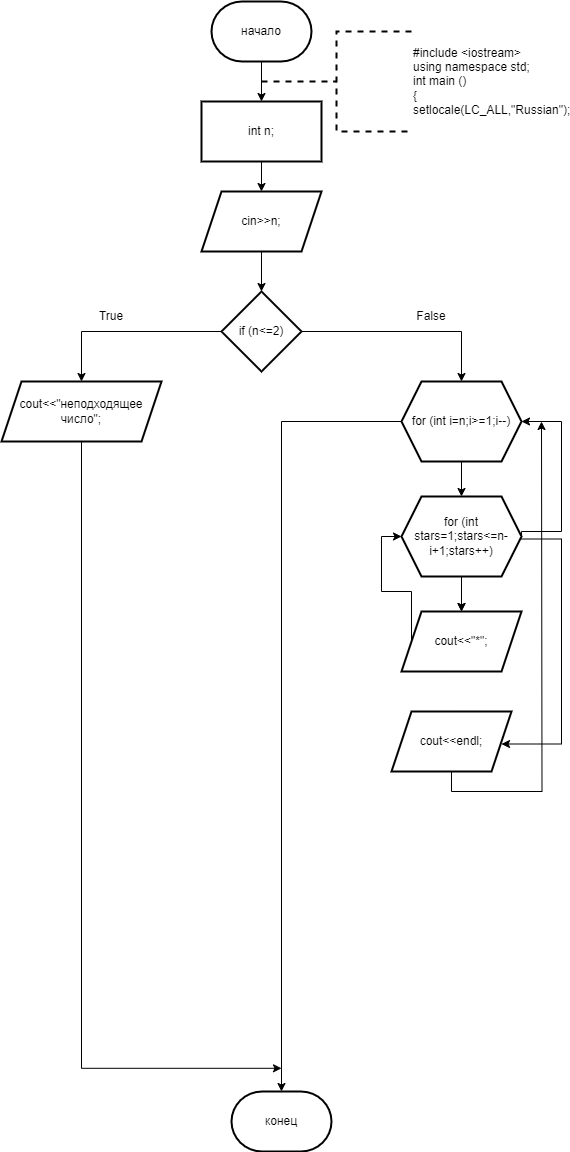
Earlier version of the draw.io export 2_8.drawio.png (ksinph/PSTU_LABS_2023). Source tidied: cells renumbered, new cells last; positions are measured from the earlier drawing's top-left corner, leaving out a move shared by most shapes.
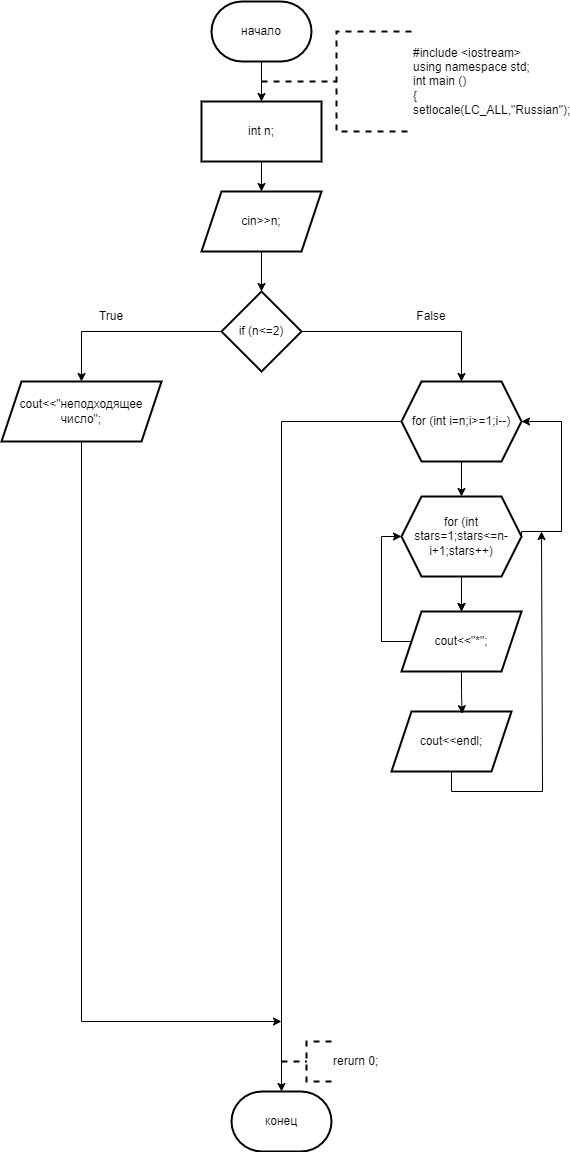
After the change.

What changed in the source:
```diff
@@ -31,9 +31,10 @@
     </mxCell>
     <mxCell id="11" style="edgeStyle=orthogonalEdgeStyle;rounded=0;jettySize=auto;html=1;exitX=0.5;exitY=1;exitDx=0;exitDy=0;" parent="1" edge="1" source="12">
       <mxGeometry relative="1" as="geometry">
-        <mxPoint x="280" y="1066.8" as="targetPoint" />
+        <mxPoint x="280" y="1020" as="targetPoint" />
         <Array as="points">
-          <mxPoint x="80" y="1067" />
+          <mxPoint x="80" y="1020" />
+          <mxPoint x="280" y="1020" />
         </Array>
       </mxGeometry>
     </mxCell>
@@ -61,21 +62,16 @@
     <mxCell id="17" style="edgeStyle=orthogonalEdgeStyle;rounded=0;jettySize=auto;html=1;" parent="1" edge="1" source="19" target="21">
       <mxGeometry relative="1" as="geometry" />
     </mxCell>
-    <mxCell id="18" style="edgeStyle=orthogonalEdgeStyle;rounded=0;orthogonalLoop=1;jettySize=auto;html=1;exitX=1;exitY=0.5;exitDx=0;exitDy=0;entryX=1;entryY=0.5;entryDx=0;entryDy=0;" parent="1" edge="1">
-      <mxGeometry relative="1" as="geometry">
-        <mxPoint x="520" y="537.5" as="sourcePoint" />
-        <mxPoint x="500" y="742.5" as="targetPoint" />
-        <Array as="points">
-          <mxPoint x="560" y="537.5" />
-          <mxPoint x="560" y="742.5" />
-        </Array>
-      </mxGeometry>
-    </mxCell>
     <mxCell id="19" value="for (int stars=1;stars&amp;lt;=n-i+1;stars++)" style="shape=hexagon;perimeter=hexagonPerimeter2;whiteSpace=wrap;html=1;fixedSize=1;strokeWidth=2;" parent="1" vertex="1">
       <mxGeometry x="400" y="495" width="120" height="80" as="geometry" />
     </mxCell>
     <mxCell id="20" style="edgeStyle=orthogonalEdgeStyle;rounded=0;jettySize=auto;html=1;exitX=0;exitY=0.5;exitDx=0;exitDy=0;entryX=0;entryY=0.5;entryDx=0;entryDy=0;" parent="1" edge="1" source="21" target="19">
-      <mxGeometry relative="1" as="geometry" />
+      <mxGeometry relative="1" as="geometry">
+        <Array as="points">
+          <mxPoint x="380" y="640" />
+          <mxPoint x="380" y="535" />
+        </Array>
+      </mxGeometry>
     </mxCell>
     <mxCell id="21" value="cout&amp;lt;&amp;lt;&quot;*&quot;;" style="shape=parallelogram;perimeter=parallelogramPerimeter;whiteSpace=wrap;html=1;fixedSize=1;strokeWidth=2;" parent="1" vertex="1">
       <mxGeometry x="400" y="610" width="120" height="60" as="geometry" />
@@ -97,11 +93,21 @@
     </mxCell>
     <mxCell id="27" style="edgeStyle=orthogonalEdgeStyle;rounded=0;jettySize=auto;html=1;exitX=0.5;exitY=1;exitDx=0;exitDy=0;" parent="1" edge="1" source="23">
       <mxGeometry relative="1" as="geometry">
-        <mxPoint x="540" y="420" as="targetPoint" />
+        <mxPoint x="540" y="530" as="targetPoint" />
+        <Array as="points">
+          <mxPoint x="450" y="790" />
+          <mxPoint x="541" y="790" />
+        </Array>
       </mxGeometry>
     </mxCell>
     <mxCell id="28" style="edgeStyle=orthogonalEdgeStyle;rounded=0;jettySize=auto;html=1;exitX=0;exitY=0.5;exitDx=0;exitDy=0;entryX=0.5;entryY=0;entryDx=0;entryDy=0;entryPerimeter=0;" parent="1" edge="1" source="14" target="22">
       <mxGeometry relative="1" as="geometry" />
     </mxCell>
+    <mxCell id="29" style="edgeStyle=orthogonalEdgeStyle;rounded=0;jettySize=auto;html=1;exitX=0.5;exitY=1;exitDx=0;exitDy=0;entryX=0.588;entryY=0.037;entryDx=0;entryDy=0;entryPerimeter=0;" parent="1" edge="1" source="21" target="23">
+      <mxGeometry relative="1" as="geometry" />
+    </mxCell>
+    <mxCell id="30" value="rerurn 0;" style="strokeWidth=2;html=1;shape=mxgraph.flowchart.annotation_2;align=left;labelPosition=right;dashed=1;" parent="1" vertex="1">
+      <mxGeometry x="280" y="1040" width="50" height="40" as="geometry" />
+    </mxCell>
   </root>
 </mxGraphModel>
```
